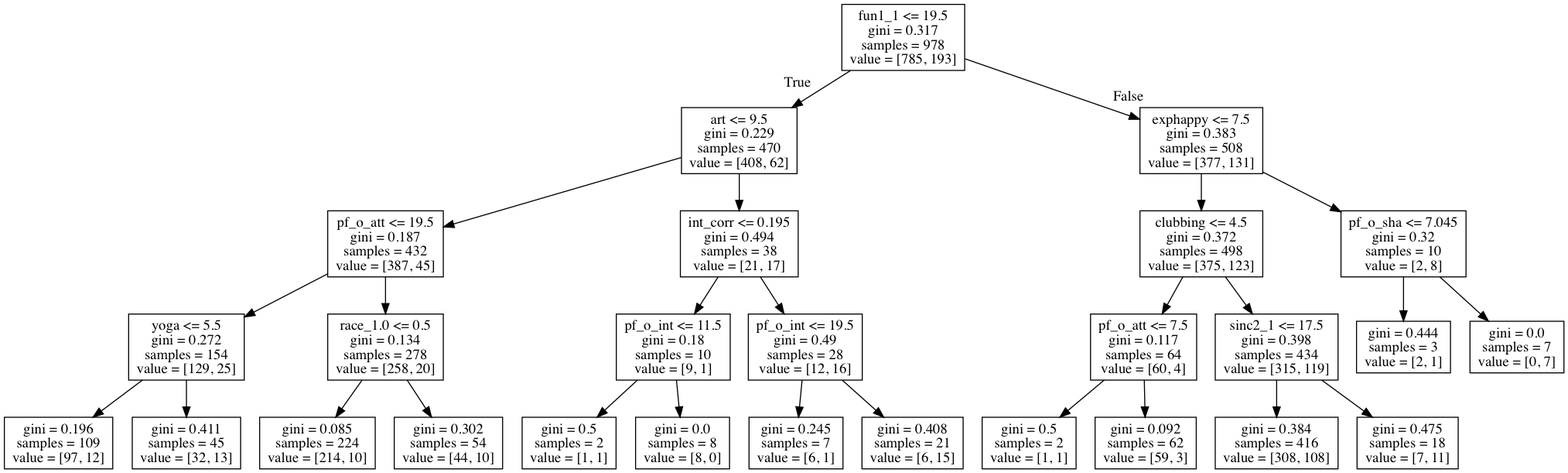
Earlier version of the Graphviz export projects/final-project/tree.png (gracej90/generalassembly_DS). Its source is kept beside it as projects/final-project/tree.dot.
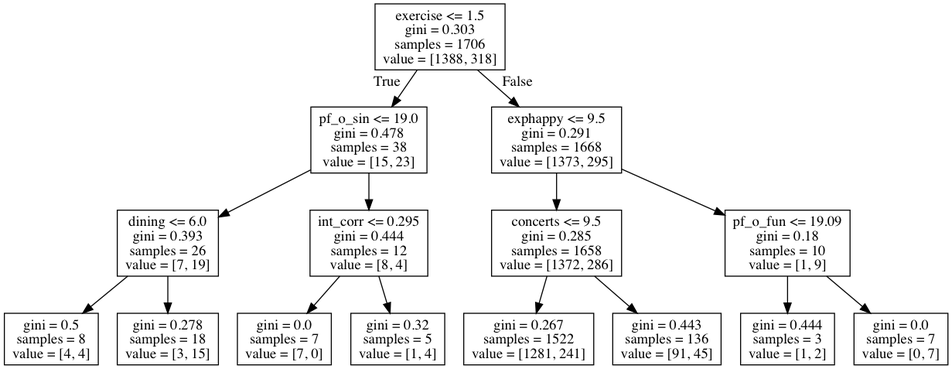
Above is the later version.

Diff of the diagram source:
```diff
@@ -1,56 +1,32 @@
 digraph Tree {
 node [shape=box] ;
-0 [label="fun1_1 <= 19.5\ngini = 0.317\nsamples = 978\nvalue = [785, 193]"] ;
-1 [label="art <= 9.5\ngini = 0.229\nsamples = 470\nvalue = [408, 62]"] ;
+0 [label="exercise <= 1.5\ngini = 0.303\nsamples = 1706\nvalue = [1388, 318]"] ;
+1 [label="pf_o_sin <= 19.0\ngini = 0.478\nsamples = 38\nvalue = [15, 23]"] ;
 0 -> 1 [labeldistance=2.5, labelangle=45, headlabel="True"] ;
-2 [label="pf_o_att <= 19.5\ngini = 0.187\nsamples = 432\nvalue = [387, 45]"] ;
+2 [label="dining <= 6.0\ngini = 0.393\nsamples = 26\nvalue = [7, 19]"] ;
 1 -> 2 ;
-3 [label="yoga <= 5.5\ngini = 0.272\nsamples = 154\nvalue = [129, 25]"] ;
+3 [label="gini = 0.5\nsamples = 8\nvalue = [4, 4]"] ;
 2 -> 3 ;
-4 [label="gini = 0.196\nsamples = 109\nvalue = [97, 12]"] ;
-3 -> 4 ;
-5 [label="gini = 0.411\nsamples = 45\nvalue = [32, 13]"] ;
-3 -> 5 ;
-6 [label="race_1.0 <= 0.5\ngini = 0.134\nsamples = 278\nvalue = [258, 20]"] ;
-2 -> 6 ;
-7 [label="gini = 0.085\nsamples = 224\nvalue = [214, 10]"] ;
-6 -> 7 ;
-8 [label="gini = 0.302\nsamples = 54\nvalue = [44, 10]"] ;
-6 -> 8 ;
-9 [label="int_corr <= 0.195\ngini = 0.494\nsamples = 38\nvalue = [21, 17]"] ;
-1 -> 9 ;
-10 [label="pf_o_int <= 11.5\ngini = 0.18\nsamples = 10\nvalue = [9, 1]"] ;
+4 [label="gini = 0.278\nsamples = 18\nvalue = [3, 15]"] ;
+2 -> 4 ;
+5 [label="int_corr <= 0.295\ngini = 0.444\nsamples = 12\nvalue = [8, 4]"] ;
+1 -> 5 ;
+6 [label="gini = 0.0\nsamples = 7\nvalue = [7, 0]"] ;
+5 -> 6 ;
+7 [label="gini = 0.32\nsamples = 5\nvalue = [1, 4]"] ;
+5 -> 7 ;
+8 [label="exphappy <= 9.5\ngini = 0.291\nsamples = 1668\nvalue = [1373, 295]"] ;
+0 -> 8 [labeldistance=2.5, labelangle=-45, headlabel="False"] ;
+9 [label="concerts <= 9.5\ngini = 0.285\nsamples = 1658\nvalue = [1372, 286]"] ;
+8 -> 9 ;
+10 [label="gini = 0.267\nsamples = 1522\nvalue = [1281, 241]"] ;
 9 -> 10 ;
-11 [label="gini = 0.5\nsamples = 2\nvalue = [1, 1]"] ;
-10 -> 11 ;
-12 [label="gini = 0.0\nsamples = 8\nvalue = [8, 0]"] ;
-10 -> 12 ;
-13 [label="pf_o_int <= 19.5\ngini = 0.49\nsamples = 28\nvalue = [12, 16]"] ;
-9 -> 13 ;
-14 [label="gini = 0.245\nsamples = 7\nvalue = [6, 1]"] ;
-13 -> 14 ;
-15 [label="gini = 0.408\nsamples = 21\nvalue = [6, 15]"] ;
-13 -> 15 ;
-16 [label="exphappy <= 7.5\ngini = 0.383\nsamples = 508\nvalue = [377, 131]"] ;
-0 -> 16 [labeldistance=2.5, labelangle=-45, headlabel="False"] ;
-17 [label="clubbing <= 4.5\ngini = 0.372\nsamples = 498\nvalue = [375, 123]"] ;
-16 -> 17 ;
-18 [label="pf_o_att <= 7.5\ngini = 0.117\nsamples = 64\nvalue = [60, 4]"] ;
-17 -> 18 ;
-19 [label="gini = 0.5\nsamples = 2\nvalue = [1, 1]"] ;
-18 -> 19 ;
-20 [label="gini = 0.092\nsamples = 62\nvalue = [59, 3]"] ;
-18 -> 20 ;
-21 [label="sinc2_1 <= 17.5\ngini = 0.398\nsamples = 434\nvalue = [315, 119]"] ;
-17 -> 21 ;
-22 [label="gini = 0.384\nsamples = 416\nvalue = [308, 108]"] ;
-21 -> 22 ;
-23 [label="gini = 0.475\nsamples = 18\nvalue = [7, 11]"] ;
-21 -> 23 ;
-24 [label="pf_o_sha <= 7.045\ngini = 0.32\nsamples = 10\nvalue = [2, 8]"] ;
-16 -> 24 ;
-25 [label="gini = 0.444\nsamples = 3\nvalue = [2, 1]"] ;
-24 -> 25 ;
-26 [label="gini = 0.0\nsamples = 7\nvalue = [0, 7]"] ;
-24 -> 26 ;
+11 [label="gini = 0.443\nsamples = 136\nvalue = [91, 45]"] ;
+9 -> 11 ;
+12 [label="pf_o_fun <= 19.09\ngini = 0.18\nsamples = 10\nvalue = [1, 9]"] ;
+8 -> 12 ;
+13 [label="gini = 0.444\nsamples = 3\nvalue = [1, 2]"] ;
+12 -> 13 ;
+14 [label="gini = 0.0\nsamples = 7\nvalue = [0, 7]"] ;
+12 -> 14 ;
 }
```
